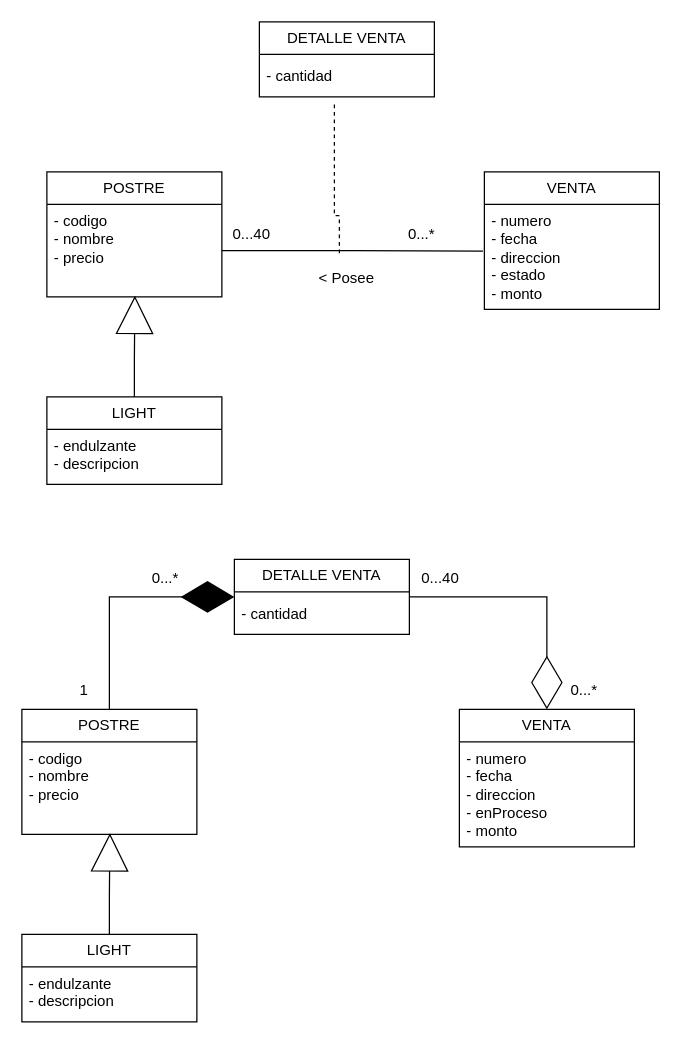
The draw.io diagram DOCS/Diagramas/Diagrama de clases conceptual.drawio in faussantos/UDE_TALLER_2_2026, before the edit. Source tidied: cells renumbered, new cells numbered last; positions are measured from the earlier drawing's top-left corner, leaving out a move shared by most shapes. Both pictures are drawn from the tidied source at 125%, with x=0, y=0 at pixel (21, 21).
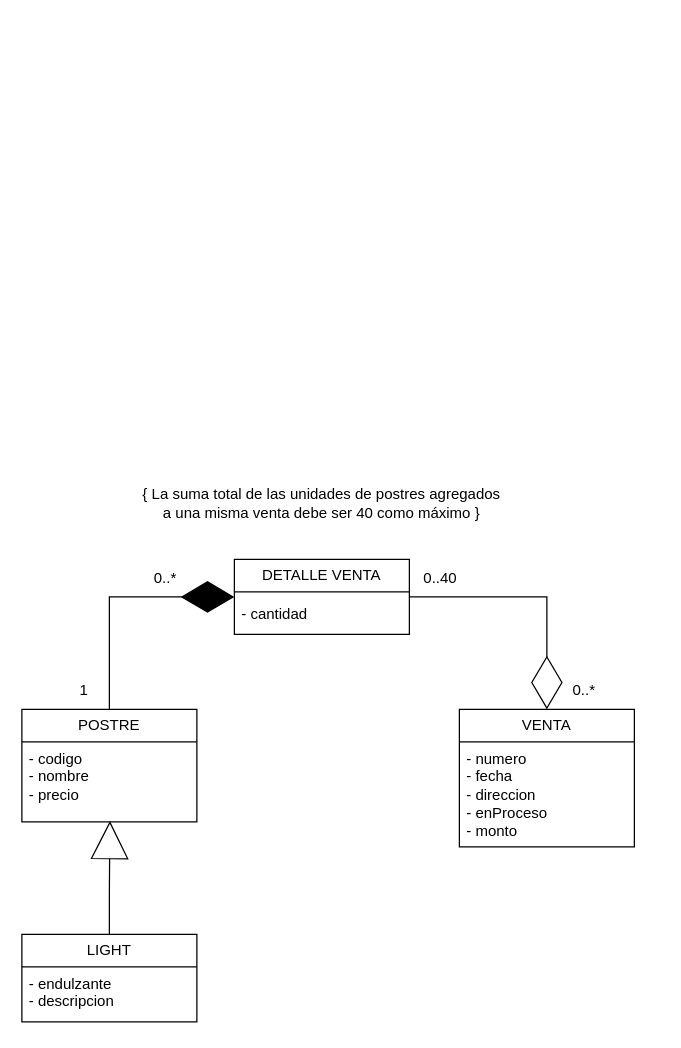
The same page after the edit.

Commit message (it also covers changes not shown here):
fin diagramas

Change to the diagram source:
```diff
@@
-    <mxCell id="2" value="POSTRE" style="swimlane;fontStyle=0;horizontal=1;startSize=26;fillColor=none;whiteSpace=wrap;html=1;" parent="1" vertex="1">
-      <mxGeometry x="20" y="120" width="140" height="100" as="geometry" />
-    </mxCell>
-    <mxCell id="3" value="- codigo&lt;br&gt;&lt;div&gt;- nombre&lt;/div&gt;&lt;div&gt;- precio&lt;/div&gt;" style="text;strokeColor=none;fillColor=none;align=left;verticalAlign=top;spacingLeft=4;spacingRight=4;overflow=hidden;points=[[0,0.5],[1,0.5]];portConstraint=eastwest;whiteSpace=wrap;html=1;" parent="2" vertex="1">
-      <mxGeometry y="26" width="140" height="74" as="geometry" />
-    </mxCell>
-    <mxCell id="4" value="LIGHT" style="swimlane;fontStyle=0;horizontal=1;startSize=26;fillColor=none;whiteSpace=wrap;html=1;" parent="1" vertex="1">
-      <mxGeometry x="20" y="300" width="140" height="70" as="geometry" />
-    </mxCell>
-    <mxCell id="5" value="- endulzante&lt;div&gt;- descripcion&lt;/div&gt;" style="text;strokeColor=none;fillColor=none;align=left;verticalAlign=top;spacingLeft=4;spacingRight=4;overflow=hidden;whiteSpace=wrap;html=1;" parent="4" vertex="1">
-      <mxGeometry y="26" width="140" height="44" as="geometry" />
-    </mxCell>
-    <mxCell id="6" style="edgeStyle=orthogonalEdgeStyle;rounded=0;jettySize=auto;html=1;exitX=0.5;exitY=0;exitDx=0;exitDy=0;entryX=0.503;entryY=0.989;entryDx=0;entryDy=0;entryPerimeter=0;endArrow=block;endFill=0;endSize=28;" parent="1" edge="1" source="4" target="3">
-      <mxGeometry relative="1" as="geometry" />
-    </mxCell>
-    <mxCell id="7" value="VENTA" style="swimlane;fontStyle=0;horizontal=1;startSize=26;fillColor=none;whiteSpace=wrap;html=1;" parent="1" vertex="1">
-      <mxGeometry x="370" y="120" width="140" height="110" as="geometry" />
-    </mxCell>
-    <mxCell id="8" value="- numero&lt;br&gt;&lt;div&gt;- fecha&lt;/div&gt;&lt;div&gt;- direccion&lt;/div&gt;&lt;div&gt;- estado&lt;/div&gt;&lt;div&gt;- monto&lt;/div&gt;" style="text;strokeColor=none;fillColor=none;align=left;verticalAlign=top;spacingLeft=4;spacingRight=4;overflow=hidden;points=[[0,0.5],[1,0.5]];portConstraint=eastwest;whiteSpace=wrap;html=1;" parent="7" vertex="1">
-      <mxGeometry y="26" width="140" height="84" as="geometry" />
-    </mxCell>
-    <mxCell id="9" style="edgeStyle=orthogonalEdgeStyle;rounded=0;jettySize=auto;html=1;exitX=1;exitY=0.5;exitDx=0;exitDy=0;entryX=-0.008;entryY=0.445;entryDx=0;entryDy=0;entryPerimeter=0;endArrow=none;endFill=0;endSize=28;" parent="1" edge="1" source="3" target="8">
-      <mxGeometry relative="1" as="geometry" />
-    </mxCell>
-    <mxCell id="10" value="0...*" style="text;html=1;whiteSpace=wrap;strokeColor=none;fillColor=none;align=center;verticalAlign=middle;rounded=0;" parent="1" vertex="1">
-      <mxGeometry x="300" y="155" width="40" height="30" as="geometry" />
-    </mxCell>
-    <mxCell id="11" value="0...40" style="text;html=1;whiteSpace=wrap;strokeColor=none;fillColor=none;align=center;verticalAlign=middle;rounded=0;" parent="1" vertex="1">
-      <mxGeometry x="159" y="155" width="50" height="30" as="geometry" />
-    </mxCell>
-    <mxCell id="12" value="DETALLE VENTA" style="swimlane;fontStyle=0;horizontal=1;startSize=26;fillColor=none;whiteSpace=wrap;html=1;" parent="1" vertex="1">
-      <mxGeometry x="190" width="140" height="60" as="geometry" />
-    </mxCell>
-    <mxCell id="13" style="edgeStyle=orthogonalEdgeStyle;rounded=0;jettySize=auto;html=1;endArrow=none;endFill=0;endSize=28;dashed=1;" parent="1" edge="1" target="14">
-      <mxGeometry relative="1" as="geometry">
-        <mxPoint x="254" y="185" as="sourcePoint" />
-        <Array as="points">
-          <mxPoint x="254" y="155" />
-          <mxPoint x="250" y="155" />
-        </Array>
-      </mxGeometry>
-    </mxCell>
-    <mxCell id="14" value="- cantidad" style="text;strokeColor=none;fillColor=none;align=left;verticalAlign=top;spacingLeft=4;spacingRight=4;overflow=hidden;points=[[0,0.5],[1,0.5]];portConstraint=eastwest;whiteSpace=wrap;html=1;" parent="1" vertex="1">
-      <mxGeometry x="190" y="30" width="140" height="34" as="geometry" />
-    </mxCell>
     <mxCell id="15" value="POSTRE" style="swimlane;fontStyle=0;horizontal=1;startSize=26;fillColor=none;whiteSpace=wrap;html=1;" parent="1" vertex="1">
-      <mxGeometry y="550" width="140" height="100" as="geometry" />
+      <mxGeometry y="550" width="140" height="90" as="geometry" />
     </mxCell>
     <mxCell id="16" value="- codigo&lt;br&gt;&lt;div&gt;- nombre&lt;/div&gt;&lt;div&gt;- precio&lt;/div&gt;" style="text;strokeColor=none;fillColor=none;align=left;verticalAlign=top;spacingLeft=4;spacingRight=4;overflow=hidden;points=[[0,0.5],[1,0.5]];portConstraint=eastwest;whiteSpace=wrap;html=1;" parent="15" vertex="1">
-      <mxGeometry y="26" width="140" height="74" as="geometry" />
+      <mxGeometry y="26" width="140" height="64" as="geometry" />
     </mxCell>
@@
-    <mxCell id="22" value="0...*" style="text;html=1;whiteSpace=wrap;strokeColor=none;fillColor=none;align=center;verticalAlign=middle;rounded=0;" parent="1" vertex="1">
+    <mxCell id="22" value="0..*" style="text;html=1;whiteSpace=wrap;strokeColor=none;fillColor=none;align=center;verticalAlign=middle;rounded=0;" parent="1" vertex="1">
       <mxGeometry x="430" y="520" width="40" height="30" as="geometry" />
     </mxCell>
-    <mxCell id="23" value="0...40" style="text;html=1;whiteSpace=wrap;strokeColor=none;fillColor=none;align=center;verticalAlign=middle;rounded=0;" parent="1" vertex="1">
+    <mxCell id="23" value="0..40" style="text;html=1;whiteSpace=wrap;strokeColor=none;fillColor=none;align=center;verticalAlign=middle;rounded=0;" parent="1" vertex="1">
       <mxGeometry x="310" y="430" width="50" height="30" as="geometry" />
     </mxCell>
@@
-    <mxCell id="28" value="0...*" style="text;html=1;whiteSpace=wrap;strokeColor=none;fillColor=none;align=center;verticalAlign=middle;rounded=0;" parent="1" vertex="1">
+    <mxCell id="28" value="0..*" style="text;html=1;whiteSpace=wrap;strokeColor=none;fillColor=none;align=center;verticalAlign=middle;rounded=0;" parent="1" vertex="1">
       <mxGeometry x="95" y="430" width="40" height="30" as="geometry" />
     </mxCell>
@@
-    <mxCell id="30" value="&amp;lt; Posee" style="text;html=1;whiteSpace=wrap;strokeColor=none;fillColor=none;align=center;verticalAlign=middle;rounded=0;" parent="1" vertex="1">
-      <mxGeometry x="230" y="190" width="60" height="30" as="geometry" />
-    </mxCell>
+    <mxCell id="31" value="{ La suma total de las unidades de postres agregados&lt;div&gt;a una misma venta debe ser 40 como máximo }&lt;/div&gt;" style="text;html=1;whiteSpace=wrap;strokeColor=none;fillColor=none;align=center;verticalAlign=middle;rounded=0;" parent="1" vertex="1">
+      <mxGeometry x="75" y="370" width="330" height="30" as="geometry" />
+    </mxCell>
```
